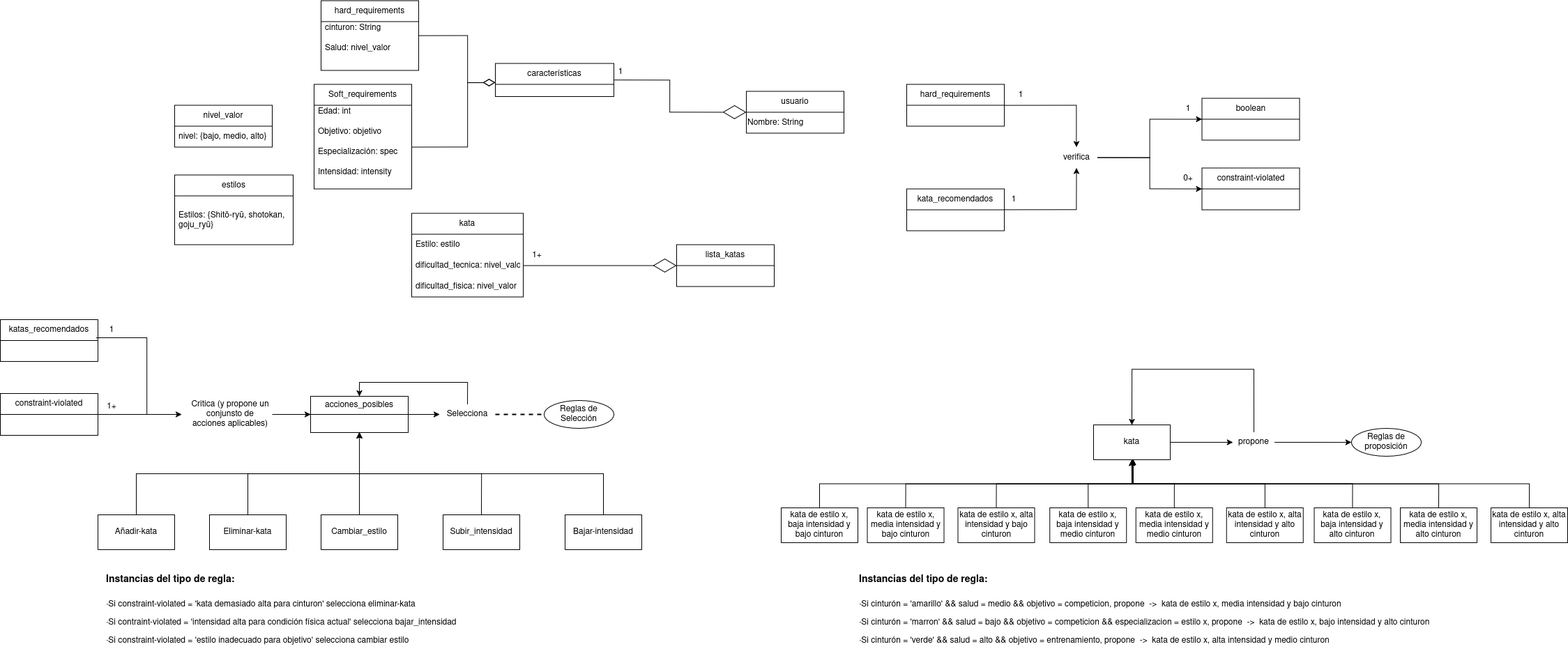
manuelsrleon/dsi-2026-modelado-conceptual keeps this draw.io diagram as practicas/images/eidfinal.png. Above is the earlier version. Source tidied: cells renumbered, new cells last; positions are measured from the earlier drawing's top-left corner, leaving out a move shared by most shapes.
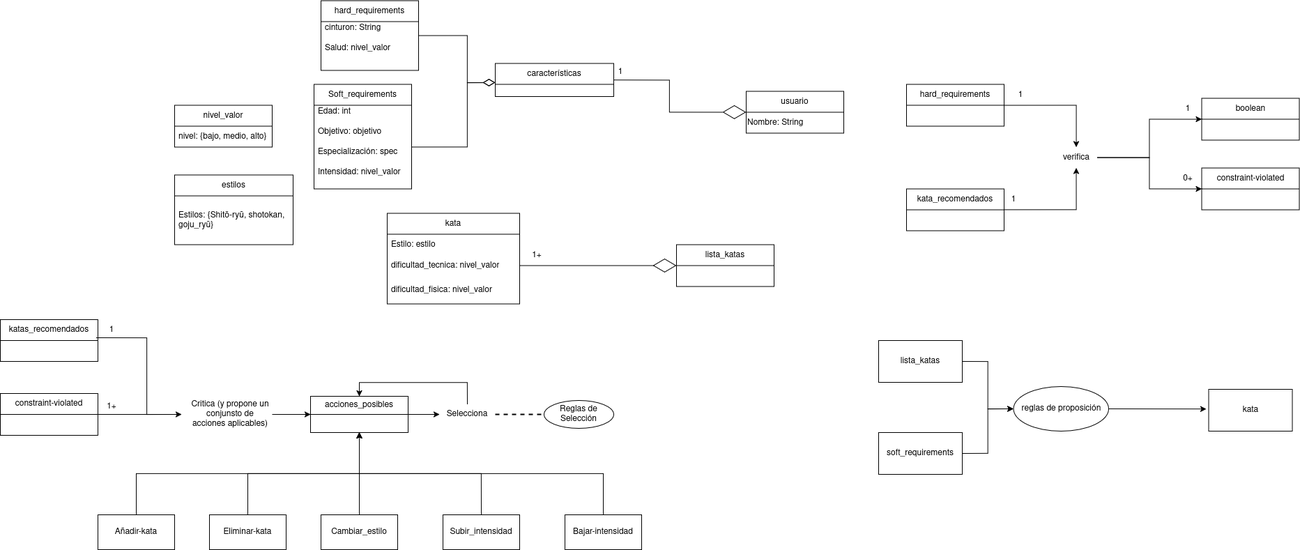
Above is the later version.

Change to the diagram source:
```diff
@@ -39,16 +39,16 @@
       <mxGeometry x="740" y="350.5" width="60" height="30" as="geometry" />
     </mxCell>
     <mxCell id="14" value="kata" style="swimlane;fontStyle=0;horizontal=1;startSize=30;whiteSpace=wrap;html=1;" parent="1" vertex="1">
-      <mxGeometry x="590" y="305.5" width="160" height="120" as="geometry" />
+      <mxGeometry x="555" y="305.5" width="190" height="130" as="geometry" />
     </mxCell>
     <mxCell id="15" value="Estilo: estilo" style="text;strokeColor=none;fillColor=none;align=left;verticalAlign=middle;spacingLeft=4;spacingRight=4;overflow=hidden;whiteSpace=wrap;html=1;" parent="14" vertex="1">
-      <mxGeometry y="30" width="160" height="30" as="geometry" />
+      <mxGeometry y="30" width="190" height="30" as="geometry" />
     </mxCell>
     <mxCell id="16" value="dificultad_tecnica:&amp;nbsp;nivel_valor" style="text;strokeColor=none;fillColor=none;align=left;verticalAlign=middle;spacingLeft=4;spacingRight=4;overflow=hidden;points=[[0,0.5],[1,0.5]];portConstraint=eastwest;whiteSpace=wrap;html=1;" parent="14" vertex="1">
-      <mxGeometry y="60" width="160" height="30" as="geometry" />
+      <mxGeometry y="60" width="190" height="30" as="geometry" />
     </mxCell>
     <mxCell id="17" value="dificultad_fisica:&amp;nbsp;nivel_valor" style="text;strokeColor=none;fillColor=none;align=left;verticalAlign=middle;spacingLeft=4;spacingRight=4;overflow=hidden;whiteSpace=wrap;html=1;" parent="14" vertex="1">
-      <mxGeometry y="90" width="160" height="30" as="geometry" />
+      <mxGeometry y="90" width="190" height="40" as="geometry" />
     </mxCell>
     <mxCell id="18" style="edgeStyle=orthogonalEdgeStyle;rounded=0;jettySize=auto;html=1;exitX=1;exitY=0.5;exitDx=0;exitDy=0;entryX=0.5;entryY=1;entryDx=0;entryDy=0;" parent="1" edge="1" source="19" target="23">
       <mxGeometry relative="1" as="geometry" />
@@ -107,7 +107,7 @@
     <mxCell id="34" value="Soft_requirements" style="swimlane;fontStyle=0;horizontal=1;startSize=30;whiteSpace=wrap;html=1;" parent="1" vertex="1">
       <mxGeometry x="450" y="120.5" width="140" height="150" as="geometry" />
     </mxCell>
-    <mxCell id="35" value="&lt;div&gt;Edad: int&lt;/div&gt;&lt;div&gt;&lt;br&gt;&lt;/div&gt;&lt;div&gt;Objetivo: objetivo&lt;/div&gt;&lt;div&gt;&lt;br&gt;&lt;/div&gt;&lt;div&gt;Especialización: spec&lt;div&gt;&lt;br&gt;&lt;/div&gt;&lt;div&gt;Intensidad: intensity&lt;/div&gt;&lt;br&gt;&lt;/div&gt;&lt;div&gt;&lt;br&gt;&lt;/div&gt;&lt;div&gt;&lt;br&gt;&lt;/div&gt;" style="text;strokeColor=none;fillColor=none;align=left;verticalAlign=middle;spacingLeft=4;spacingRight=4;overflow=hidden;points=[[0,0.5],[1,0.5]];portConstraint=eastwest;whiteSpace=wrap;html=1;" parent="34" vertex="1">
+    <mxCell id="35" value="&lt;div&gt;Edad: int&lt;/div&gt;&lt;div&gt;&lt;br&gt;&lt;/div&gt;&lt;div&gt;Objetivo: objetivo&lt;/div&gt;&lt;div&gt;&lt;br&gt;&lt;/div&gt;&lt;div&gt;Especialización: spec&lt;div&gt;&lt;br&gt;&lt;/div&gt;&lt;div&gt;Intensidad: nivel_valor&lt;/div&gt;&lt;br&gt;&lt;/div&gt;&lt;div&gt;&lt;br&gt;&lt;/div&gt;&lt;div&gt;&lt;br&gt;&lt;/div&gt;" style="text;strokeColor=none;fillColor=none;align=left;verticalAlign=middle;spacingLeft=4;spacingRight=4;overflow=hidden;points=[[0,0.5],[1,0.5]];portConstraint=eastwest;whiteSpace=wrap;html=1;" parent="34" vertex="1">
       <mxGeometry y="30" width="140" height="120" as="geometry" />
     </mxCell>
     <mxCell id="36" style="edgeStyle=orthogonalEdgeStyle;rounded=0;jettySize=auto;html=1;exitX=1;exitY=0.5;exitDx=0;exitDy=0;endArrow=diamondThin;endFill=0;endSize=15;" parent="1" edge="1" source="35">
@@ -177,9 +177,6 @@
     <mxCell id="52" value="Reglas de Selección" style="ellipse;whiteSpace=wrap;html=1;align=center;" parent="1" vertex="1">
       <mxGeometry x="780" y="574" width="100" height="40" as="geometry" />
     </mxCell>
-    <mxCell id="53" value="&lt;h1 style=&quot;margin-top: 0px;&quot;&gt;&lt;font style=&quot;font-size: 14px;&quot;&gt;Instancias del tipo de regla:&lt;/font&gt;&lt;/h1&gt;&lt;p&gt;·Si constraint-violated = 'kata demasiado alta para cinturon' selecciona eliminar-kata&lt;/p&gt;&lt;p&gt;·Si contraint-violated = 'intensidad alta para condición física actual' selecciona bajar_intensidad&lt;/p&gt;&lt;p&gt;·Si constraint-violated = 'estilo inadecuado para objetivo' selecciona cambiar estilo&lt;/p&gt;" style="text;html=1;whiteSpace=wrap;overflow=hidden;rounded=0;" parent="1" vertex="1">
-      <mxGeometry x="150" y="808" width="510" height="120" as="geometry" />
-    </mxCell>
     <mxCell id="54" value="constraint-violated" style="swimlane;fontStyle=0;horizontal=1;startSize=30;whiteSpace=wrap;html=1;" parent="1" vertex="1">
       <mxGeometry y="564" width="140" height="60" as="geometry" />
     </mxCell>
@@ -213,99 +210,28 @@
     <mxCell id="61" value="1" style="text;html=1;whiteSpace=wrap;strokeColor=none;fillColor=none;align=center;verticalAlign=middle;rounded=0;" parent="1" vertex="1">
       <mxGeometry x="130" y="458" width="60" height="30" as="geometry" />
     </mxCell>
-    <mxCell id="62" style="edgeStyle=orthogonalEdgeStyle;rounded=0;jettySize=auto;html=1;exitX=1;exitY=0.5;exitDx=0;exitDy=0;" parent="1" edge="1" source="63">
-      <mxGeometry relative="1" as="geometry">
-        <mxPoint x="1767.9" y="634" as="targetPoint" />
-      </mxGeometry>
-    </mxCell>
+    <mxCell id="87" style="edgeStyle=orthogonalEdgeStyle;rounded=0;jettySize=auto;html=1;exitX=1;exitY=0.5;exitDx=0;exitDy=0;entryX=0;entryY=0.5;entryDx=0;entryDy=0;" parent="1" edge="1" source="88" target="92">
+      <mxGeometry relative="1" as="geometry" />
+    </mxCell>
+    <mxCell id="88" value="lista_katas" style="rounded=0;whiteSpace=wrap;html=1;" parent="1" vertex="1">
+      <mxGeometry x="1260" y="488" width="120" height="60" as="geometry" />
+    </mxCell>
+    <mxCell id="89" style="edgeStyle=orthogonalEdgeStyle;rounded=0;jettySize=auto;html=1;exitX=1;exitY=0.5;exitDx=0;exitDy=0;entryX=0;entryY=0.5;entryDx=0;entryDy=0;" parent="1" edge="1" source="90" target="92">
+      <mxGeometry relative="1" as="geometry" />
+    </mxCell>
+    <mxCell id="90" value="soft_requirements" style="rounded=0;whiteSpace=wrap;html=1;" parent="1" vertex="1">
+      <mxGeometry x="1260" y="620" width="120" height="60" as="geometry" />
+    </mxCell>
+    <mxCell id="91" style="edgeStyle=orthogonalEdgeStyle;rounded=0;jettySize=auto;html=1;exitX=1;exitY=0.5;exitDx=0;exitDy=0;" parent="1" edge="1" source="92">
+      <mxGeometry relative="1" as="geometry">
+        <mxPoint x="1730" y="586.2" as="targetPoint" />
+      </mxGeometry>
+    </mxCell>
+    <mxCell id="92" value="reglas de proposición" style="ellipse;whiteSpace=wrap;html=1;" parent="1" vertex="1">
+      <mxGeometry x="1453.5" y="554" width="136.5" height="64" as="geometry" />
+    </mxCell>
-    <mxCell id="63" value="kata" style="html=1;whiteSpace=wrap;" parent="1" vertex="1">
-      <mxGeometry x="1567.9" y="609" width="110" height="50" as="geometry" />
+    <mxCell id="63" value="kata" style="rounded=0;whiteSpace=wrap;html=1;" parent="1" vertex="1">
+      <mxGeometry x="1733.5" y="558" width="120" height="60" as="geometry" />
     </mxCell>
-    <mxCell id="64" style="edgeStyle=orthogonalEdgeStyle;rounded=0;jettySize=auto;html=1;exitX=0.5;exitY=0;exitDx=0;exitDy=0;entryX=0.5;entryY=0;entryDx=0;entryDy=0;" parent="1" edge="1" source="66" target="63">
-      <mxGeometry relative="1" as="geometry">
-        <Array as="points">
-          <mxPoint x="1797.9" y="529" />
-          <mxPoint x="1622.9" y="529" />
-        </Array>
-      </mxGeometry>
-    </mxCell>
-    <mxCell id="65" style="edgeStyle=orthogonalEdgeStyle;rounded=0;jettySize=auto;html=1;exitX=1;exitY=0.5;exitDx=0;exitDy=0;" parent="1" edge="1" source="66">
-      <mxGeometry relative="1" as="geometry">
-        <mxPoint x="1937.9" y="634.1" as="targetPoint" />
-      </mxGeometry>
-    </mxCell>
-    <mxCell id="66" value="propone" style="text;html=1;whiteSpace=wrap;strokeColor=none;fillColor=none;align=center;verticalAlign=middle;rounded=0;" parent="1" vertex="1">
-      <mxGeometry x="1767.9" y="619" width="60" height="30" as="geometry" />
-    </mxCell>
-    <mxCell id="67" value="Reglas de proposición" style="ellipse;whiteSpace=wrap;html=1;align=center;" parent="1" vertex="1">
-      <mxGeometry x="1937.9" y="614" width="100" height="40" as="geometry" />
-    </mxCell>
-    <mxCell id="68" style="edgeStyle=orthogonalEdgeStyle;rounded=0;jettySize=auto;html=1;exitX=0.5;exitY=0;exitDx=0;exitDy=0;" parent="1" edge="1" source="69">
-      <mxGeometry relative="1" as="geometry">
-        <mxPoint x="1623.4" y="658" as="targetPoint" />
-      </mxGeometry>
-    </mxCell>
-    <mxCell id="69" value="kata de estilo x, baja intensidad y bajo cinturon" style="html=1;whiteSpace=wrap;" parent="1" vertex="1">
-      <mxGeometry x="1120" y="728" width="110" height="50" as="geometry" />
-    </mxCell>
-    <mxCell id="70" style="edgeStyle=orthogonalEdgeStyle;rounded=0;jettySize=auto;html=1;exitX=0.5;exitY=0;exitDx=0;exitDy=0;entryX=0.5;entryY=1;entryDx=0;entryDy=0;" parent="1" edge="1" source="71" target="63">
-      <mxGeometry relative="1" as="geometry" />
-    </mxCell>
-    <mxCell id="71" value="kata de estilo x, media intensidad y bajo cinturon" style="html=1;whiteSpace=wrap;" parent="1" vertex="1">
-      <mxGeometry x="1243.5" y="728" width="110" height="50" as="geometry" />
-    </mxCell>
-    <mxCell id="72" style="edgeStyle=orthogonalEdgeStyle;rounded=0;jettySize=auto;html=1;exitX=0.5;exitY=0;exitDx=0;exitDy=0;" parent="1" edge="1" source="73">
-      <mxGeometry relative="1" as="geometry">
-        <mxPoint x="1624.4" y="658" as="targetPoint" />
-      </mxGeometry>
-    </mxCell>
-    <mxCell id="73" value="kata de estilo x, alta intensidad y bajo cinturon" style="html=1;whiteSpace=wrap;" parent="1" vertex="1">
-      <mxGeometry x="1373.5" y="728" width="110" height="50" as="geometry" />
-    </mxCell>
-    <mxCell id="74" style="edgeStyle=orthogonalEdgeStyle;rounded=0;jettySize=auto;html=1;exitX=0.5;exitY=0;exitDx=0;exitDy=0;entryX=0.5;entryY=1;entryDx=0;entryDy=0;" parent="1" edge="1" source="75" target="63">
-      <mxGeometry relative="1" as="geometry" />
-    </mxCell>
-    <mxCell id="75" value="kata de estilo x, baja intensidad y medio cinturon" style="html=1;whiteSpace=wrap;" parent="1" vertex="1">
-      <mxGeometry x="1505.2" y="728" width="110" height="50" as="geometry" />
-    </mxCell>
-    <mxCell id="76" style="edgeStyle=orthogonalEdgeStyle;rounded=0;jettySize=auto;html=1;exitX=0.5;exitY=0;exitDx=0;exitDy=0;" parent="1" edge="1" source="77">
-      <mxGeometry relative="1" as="geometry">
-        <mxPoint x="1624.4" y="658" as="targetPoint" />
-      </mxGeometry>
-    </mxCell>
-    <mxCell id="77" value="kata de estilo x, media intensidad y medio cinturon" style="html=1;whiteSpace=wrap;" parent="1" vertex="1">
-      <mxGeometry x="1628.8" y="728" width="110" height="50" as="geometry" />
-    </mxCell>
-    <mxCell id="78" style="edgeStyle=orthogonalEdgeStyle;rounded=0;jettySize=auto;html=1;exitX=0.5;exitY=0;exitDx=0;exitDy=0;entryX=0.5;entryY=1;entryDx=0;entryDy=0;" parent="1" edge="1" source="79" target="63">
-      <mxGeometry relative="1" as="geometry" />
-    </mxCell>
-    <mxCell id="79" value="kata de estilo x, alta intensidad y alto cinturon" style="html=1;whiteSpace=wrap;" parent="1" vertex="1">
-      <mxGeometry x="1758.8" y="728" width="110" height="50" as="geometry" />
-    </mxCell>
-    <mxCell id="80" style="edgeStyle=orthogonalEdgeStyle;rounded=0;jettySize=auto;html=1;exitX=0.5;exitY=0;exitDx=0;exitDy=0;" parent="1" edge="1" source="81">
-      <mxGeometry relative="1" as="geometry">
-        <mxPoint x="1624.4" y="658" as="targetPoint" />
-      </mxGeometry>
-    </mxCell>
-    <mxCell id="81" value="kata de estilo x, baja intensidad y alto cinturon" style="html=1;whiteSpace=wrap;" parent="1" vertex="1">
-      <mxGeometry x="1884.4" y="728" width="110" height="50" as="geometry" />
-    </mxCell>
-    <mxCell id="82" style="edgeStyle=orthogonalEdgeStyle;rounded=0;jettySize=auto;html=1;exitX=0.5;exitY=0;exitDx=0;exitDy=0;entryX=0.5;entryY=1;entryDx=0;entryDy=0;" parent="1" edge="1" source="83" target="63">
-      <mxGeometry relative="1" as="geometry" />
-    </mxCell>
-    <mxCell id="83" value="kata de estilo x, media intensidad y alto cinturon" style="html=1;whiteSpace=wrap;" parent="1" vertex="1">
-      <mxGeometry x="2007.9" y="728" width="110" height="50" as="geometry" />
-    </mxCell>
-    <mxCell id="84" style="edgeStyle=orthogonalEdgeStyle;rounded=0;jettySize=auto;html=1;exitX=0.5;exitY=0;exitDx=0;exitDy=0;" parent="1" edge="1" source="85">
-      <mxGeometry relative="1" as="geometry">
-        <mxPoint x="1624.4" y="658" as="targetPoint" />
-      </mxGeometry>
-    </mxCell>
-    <mxCell id="85" value="kata de estilo x, alta intensidad y alto cinturon" style="html=1;whiteSpace=wrap;" parent="1" vertex="1">
-      <mxGeometry x="2137.9" y="728" width="110" height="50" as="geometry" />
-    </mxCell>
-    <mxCell id="86" value="&lt;h1 style=&quot;margin-top: 0px;&quot;&gt;&lt;font style=&quot;font-size: 14px;&quot;&gt;Instancias del tipo de regla:&lt;/font&gt;&lt;/h1&gt;&lt;p&gt;·Si cinturón = 'amarillo' &amp;amp;&amp;amp; salud = medio &amp;amp;&amp;amp; objetivo = competicion, propone&amp;nbsp; -&amp;gt;&amp;nbsp; kata de estilo x, media intensidad y bajo cinturon&lt;/p&gt;&lt;p&gt;·Si cinturón = 'marron' &amp;amp;&amp;amp; salud = bajo &amp;amp;&amp;amp; objetivo = competicion &amp;amp;&amp;amp; especializacion = estilo x, propone&amp;nbsp; -&amp;gt;&amp;nbsp; kata de estilo x, bajo intensidad y alto cinturon&lt;/p&gt;&lt;p&gt;·Si cinturón = 'verde' &amp;amp;&amp;amp; salud = alto &amp;amp;&amp;amp; objetivo = entrenamiento, propone&amp;nbsp; -&amp;gt;&amp;nbsp; kata de estilo x, alta intensidad y medio cinturon&lt;/p&gt;" style="text;html=1;whiteSpace=wrap;overflow=hidden;rounded=0;" parent="1" vertex="1">
-      <mxGeometry x="1230" y="808" width="980" height="120" as="geometry" />
-    </mxCell>
   </root>
 </mxGraphModel>
```
